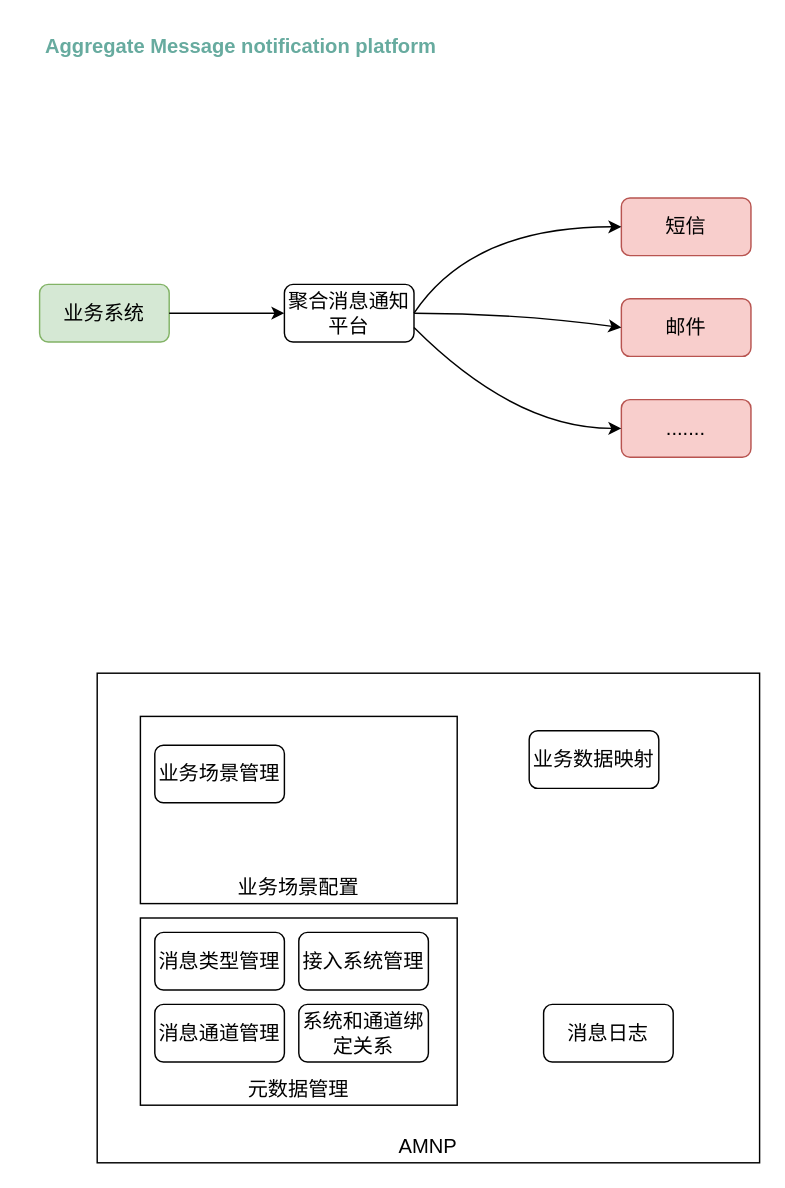
The draw.io diagram page "第 1 页" (1 of 4) of 聚合消息通知平台.drawio in shixw/drawio-depository, before the edit. Source tidied: cells renumbered, new cells numbered last; positions are measured from the earlier drawing's top-left corner, leaving out a move shared by most shapes. Both pictures are drawn from the tidied source at 144%, with x=0, y=0 at pixel (24, 24).
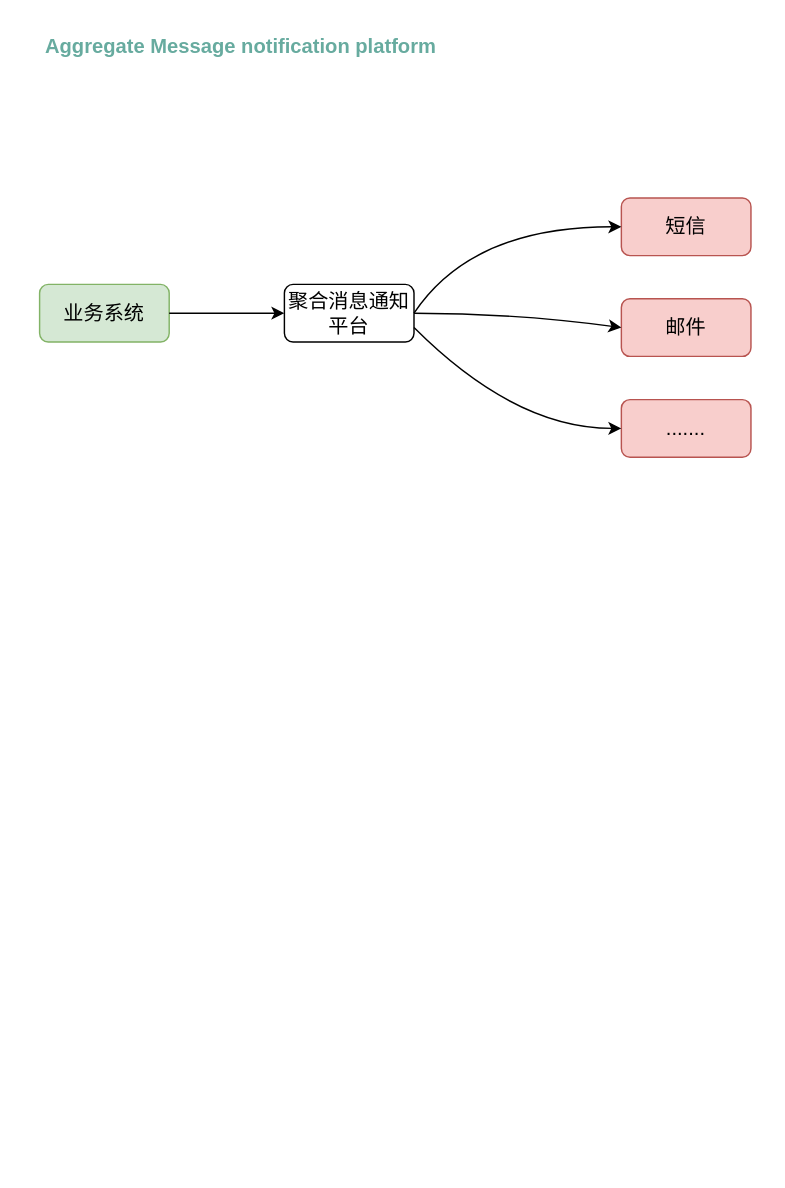
The same diagram, later.

Diff of the diagram source:
```diff
@@
-    <mxCell id="4" value="AMNP" style="rounded=0;whiteSpace=wrap;html=1;fontSize=14;fontColor=#000000;verticalAlign=bottom;" parent="1" vertex="1">
-      <mxGeometry x="50" y="450" width="460" height="340" as="geometry" />
-    </mxCell>
-    <mxCell id="5" value="元数据管理" style="rounded=0;whiteSpace=wrap;html=1;fontSize=14;verticalAlign=bottom;" parent="1" vertex="1">
-      <mxGeometry x="80" y="620" width="220" height="130" as="geometry" />
-    </mxCell>
-    <mxCell id="6" value="消息类型管理" style="rounded=1;whiteSpace=wrap;html=1;fontSize=14;fontColor=#000000;" parent="1" vertex="1">
-      <mxGeometry x="90" y="630" width="90" height="40" as="geometry" />
-    </mxCell>
-    <mxCell id="7" value="消息通道管理" style="rounded=1;whiteSpace=wrap;html=1;fontSize=14;fontColor=#000000;" parent="1" vertex="1">
-      <mxGeometry x="90" y="680" width="90" height="40" as="geometry" />
-    </mxCell>
-    <mxCell id="8" value="接入系统管理" style="rounded=1;whiteSpace=wrap;html=1;fontSize=14;fontColor=#000000;" parent="1" vertex="1">
-      <mxGeometry x="190" y="630" width="90" height="40" as="geometry" />
-    </mxCell>
-    <mxCell id="9" value="系统和通道绑定关系" style="rounded=1;whiteSpace=wrap;html=1;fontSize=14;fontColor=#000000;" parent="1" vertex="1">
-      <mxGeometry x="190" y="680" width="90" height="40" as="geometry" />
-    </mxCell>
-    <mxCell id="10" value="业务场景配置" style="rounded=0;whiteSpace=wrap;html=1;fontSize=14;verticalAlign=bottom;" parent="1" vertex="1">
-      <mxGeometry x="80" y="480" width="220" height="130" as="geometry" />
-    </mxCell>
-    <mxCell id="11" value="业务场景管理" style="rounded=1;whiteSpace=wrap;html=1;fontSize=14;fontColor=#000000;" parent="1" vertex="1">
-      <mxGeometry x="90" y="500" width="90" height="40" as="geometry" />
-    </mxCell>
-    <mxCell id="12" value="业务数据映射" style="rounded=1;whiteSpace=wrap;html=1;fontSize=14;fontColor=#000000;" parent="1" vertex="1">
-      <mxGeometry x="350" y="490" width="90" height="40" as="geometry" />
-    </mxCell>
@@
-    <mxCell id="21" value="消息日志" style="rounded=1;whiteSpace=wrap;html=1;fontSize=14;fontColor=#000000;" parent="1" vertex="1">
-      <mxGeometry x="360" y="680" width="90" height="40" as="geometry" />
-    </mxCell>
```
